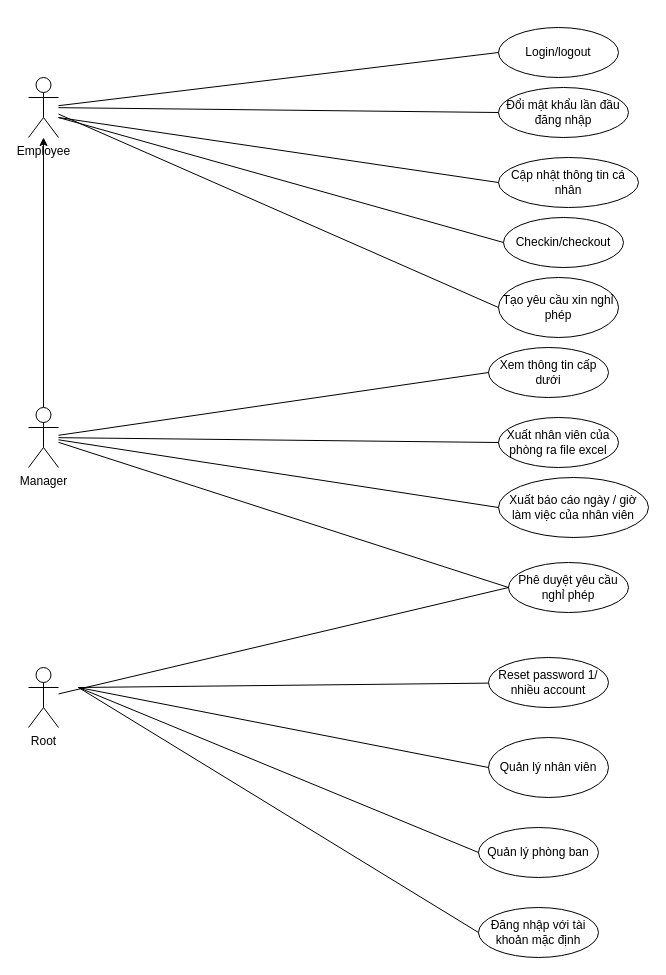
Before: page "Usecase tổng quát" (1 of 3) of Untitled Diagram.drawio in LeQuangKhai99/Nestjs_fullstack, a draw.io diagram. Source tidied: cells renumbered, new cells numbered last; positions are measured from the earlier drawing's top-left corner, leaving out a move shared by most shapes. Both pictures are drawn from the tidied source at 100%, with x=0, y=0 at pixel (28, 27).
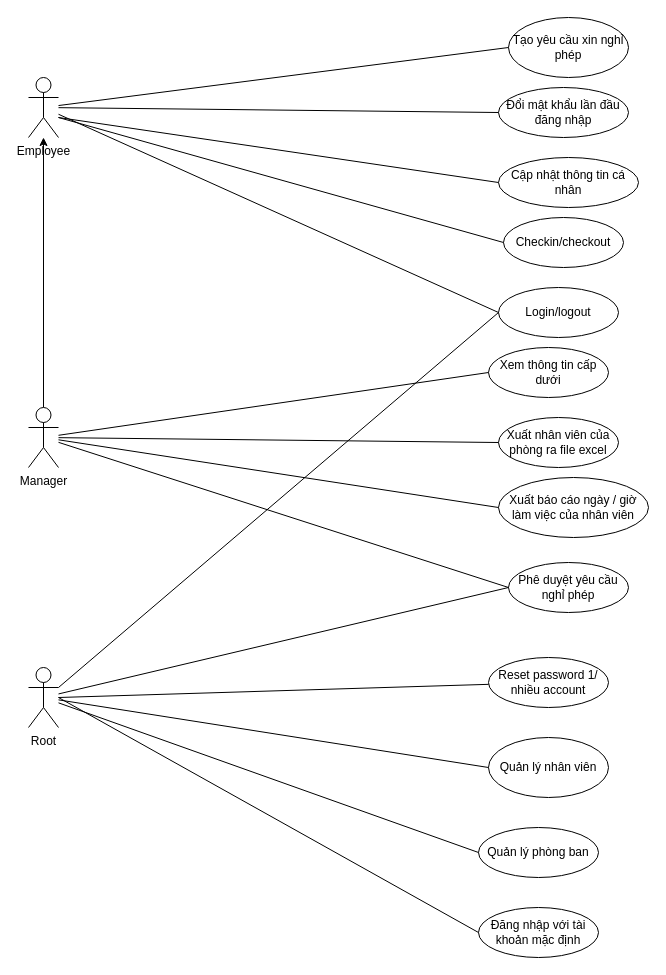
The same diagram, later.

The change refers to these unchanged cells:
```xml
<mxCell id="5" value="Root" style="shape=umlActor;verticalLabelPosition=bottom;verticalAlign=top;html=1;outlineConnect=0;" parent="1" vertex="1">
  <mxGeometry y="640" width="30" height="60" as="geometry" />
</mxCell>
<mxCell id="6" value="Đăng nhập với tài khoản mặc định" style="ellipse;whiteSpace=wrap;html=1;" parent="1" vertex="1">
  <mxGeometry x="450" y="880" width="120" height="50" as="geometry" />
</mxCell>
<mxCell id="7" value="Quản lý phòng ban" style="ellipse;whiteSpace=wrap;html=1;" parent="1" vertex="1">
  <mxGeometry x="450" y="800" width="120" height="50" as="geometry" />
</mxCell>
<mxCell id="8" value="Quản lý nhân viên" style="ellipse;whiteSpace=wrap;html=1;" parent="1" vertex="1">
  <mxGeometry x="460" y="710" width="120" height="60" as="geometry" />
</mxCell>
<mxCell id="9" value="Reset password 1/ nhiều account" style="ellipse;whiteSpace=wrap;html=1;" parent="1" vertex="1">
  <mxGeometry x="460" y="630" width="120" height="50" as="geometry" />
</mxCell>
```

The edit, as a diff of the source:
```diff
@@
     <mxCell id="11" value="Login/logout" style="ellipse;whiteSpace=wrap;html=1;" parent="1" vertex="1">
-      <mxGeometry x="470" width="120" height="50" as="geometry" />
+      <mxGeometry x="470" y="260" width="120" height="50" as="geometry" />
     </mxCell>
@@
     <mxCell id="15" value="Tạo yêu cầu xin nghỉ phép" style="ellipse;whiteSpace=wrap;html=1;" parent="1" vertex="1">
-      <mxGeometry x="470" y="250" width="120" height="60" as="geometry" />
+      <mxGeometry x="480" y="-10" width="120" height="60" as="geometry" />
     </mxCell>
@@
     <mxCell id="29" style="endArrow=none;html=1;rounded=0;" parent="1" edge="1" target="9">
       <mxGeometry relative="1" as="geometry">
-        <mxPoint x="50" y="660" as="sourcePoint" />
+        <mxPoint x="30" y="670" as="sourcePoint" />
       </mxGeometry>
     </mxCell>
-    <mxCell id="30" style="endArrow=none;html=1;rounded=0;entryX=0;entryY=0.5;entryDx=0;entryDy=0;" parent="1" edge="1" target="8">
-      <mxGeometry relative="1" as="geometry">
-        <mxPoint x="50" y="660" as="sourcePoint" />
-      </mxGeometry>
+    <mxCell id="30" style="endArrow=none;html=1;rounded=0;entryX=0;entryY=0.5;entryDx=0;entryDy=0;" parent="1" edge="1" source="5" target="8">
+      <mxGeometry relative="1" as="geometry" />
     </mxCell>
-    <mxCell id="31" style="endArrow=none;html=1;rounded=0;entryX=0;entryY=0.5;entryDx=0;entryDy=0;" parent="1" edge="1" target="7">
-      <mxGeometry relative="1" as="geometry">
-        <mxPoint x="50" y="660" as="sourcePoint" />
-      </mxGeometry>
+    <mxCell id="31" style="endArrow=none;html=1;rounded=0;entryX=0;entryY=0.5;entryDx=0;entryDy=0;" parent="1" edge="1" source="5" target="7">
+      <mxGeometry relative="1" as="geometry" />
     </mxCell>
     <mxCell id="32" style="endArrow=none;html=1;rounded=0;entryX=0;entryY=0.5;entryDx=0;entryDy=0;" parent="1" edge="1" target="6">
       <mxGeometry relative="1" as="geometry">
-        <mxPoint x="50" y="660" as="sourcePoint" />
+        <mxPoint x="30" y="670" as="sourcePoint" />
       </mxGeometry>
     </mxCell>
+    <mxCell id="33" style="endArrow=none;html=1;rounded=0;exitX=1;exitY=0.3333333333333333;exitDx=0;exitDy=0;exitPerimeter=0;entryX=0;entryY=0.5;entryDx=0;entryDy=0;" parent="1" edge="1" source="5" target="11">
+      <mxGeometry relative="1" as="geometry" />
+    </mxCell>
```
